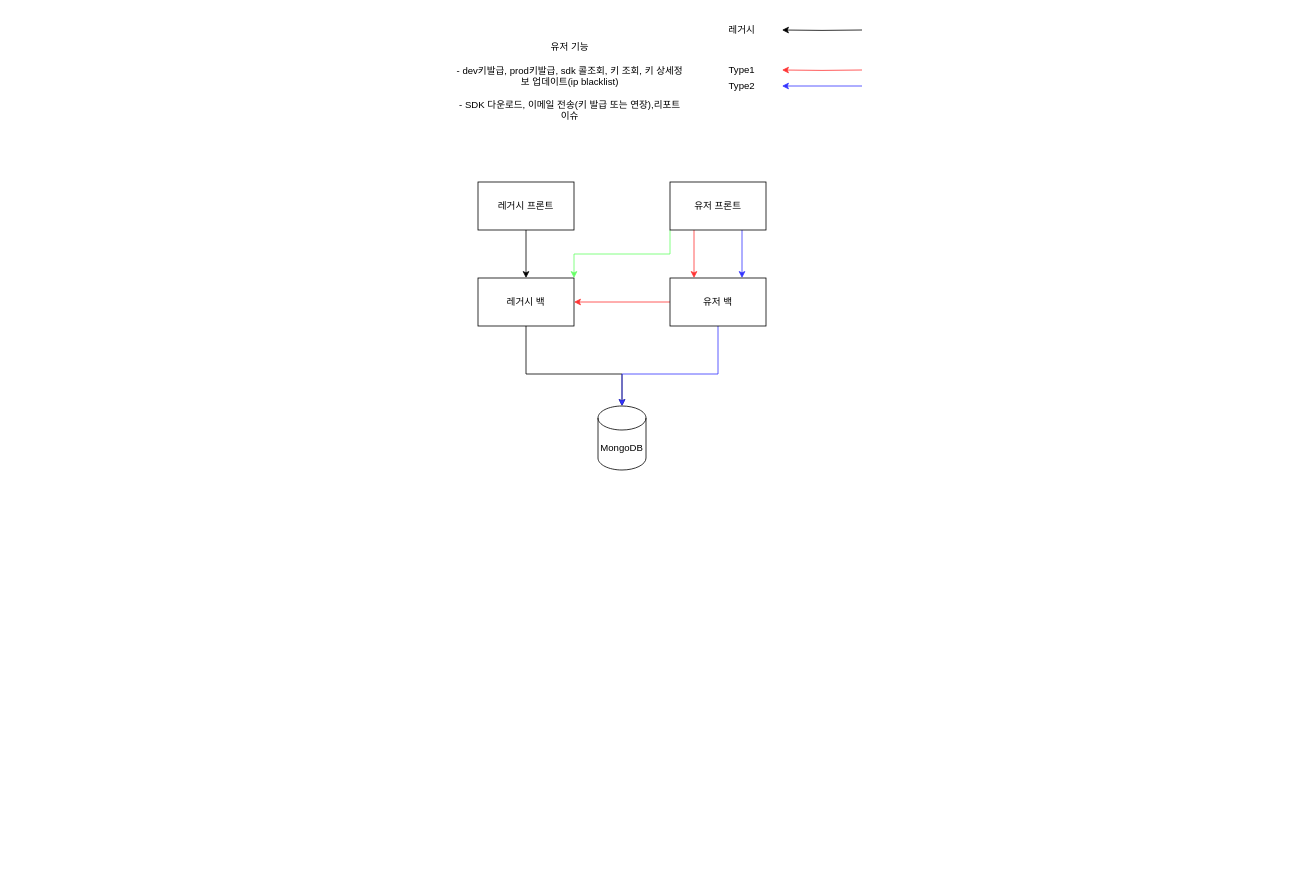
code-xhyun/draw.io keeps this draw.io diagram as Untitled Diagram.drawio. Above is the earlier version. Source tidied: cells renumbered, new cells numbered last; positions are measured from the earlier drawing's top-left corner, leaving out a move shared by most shapes. Both pictures are drawn from the tidied source at 80%, with x=0, y=0 at pixel (454, 14).
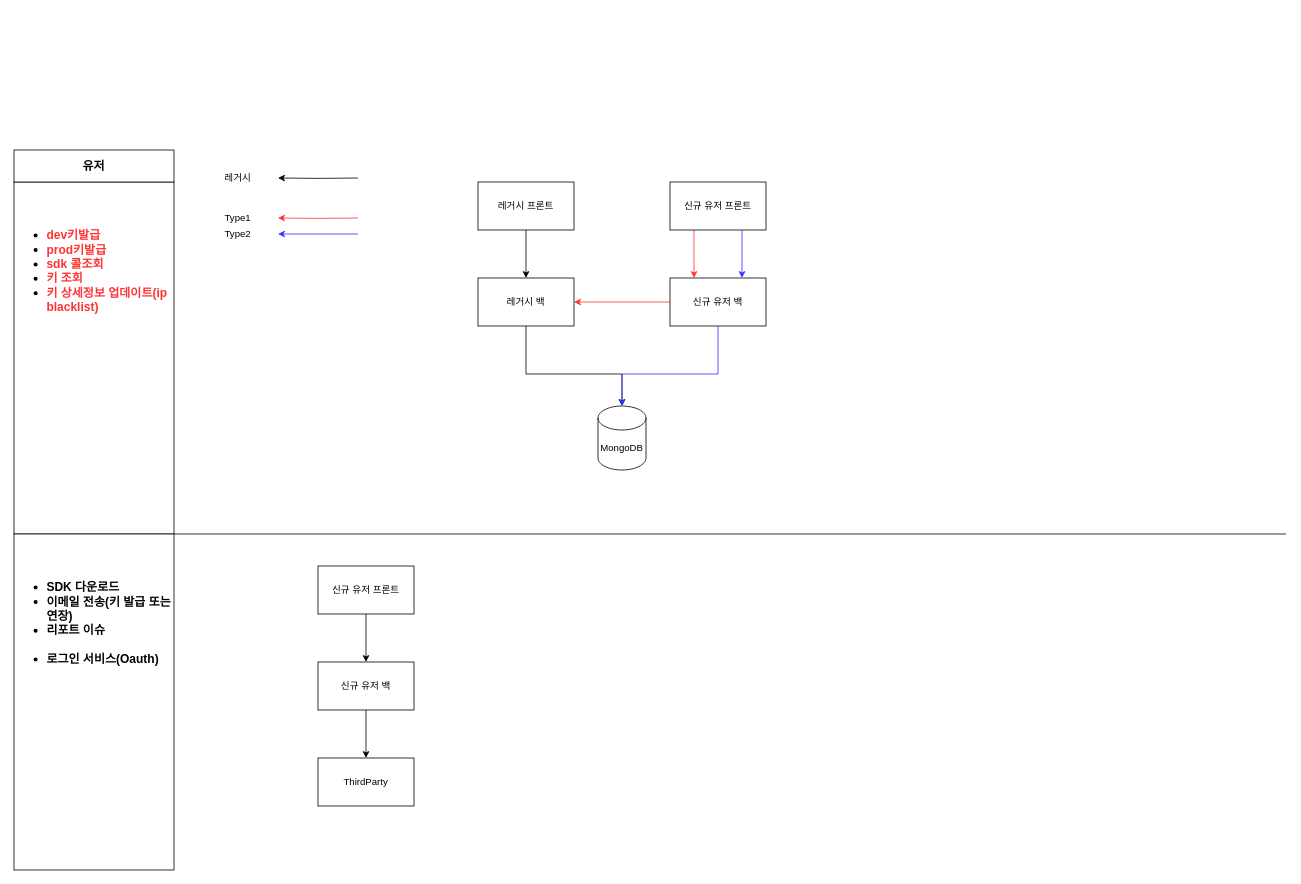
The same diagram, later.

Unchanged cells that the change refers to:
```xml
<mxCell id="3" value="레거시 백" style="rounded=0;whiteSpace=wrap;html=1;" parent="1" vertex="1">
  <mxGeometry x="30" y="330" width="120" height="60" as="geometry" />
</mxCell>
```

What changed in the source:
```diff
@@
-    <mxCell id="8" style="edgeStyle=orthogonalEdgeStyle;rounded=0;jettySize=auto;html=1;exitX=0;exitY=1;exitDx=0;exitDy=0;entryX=1;entryY=0;entryDx=0;entryDy=0;strokeColor=#66FF66;" parent="1" edge="1" source="9" target="3">
-      <mxGeometry relative="1" as="geometry" />
-    </mxCell>
-    <mxCell id="9" value="유저 프론트" style="rounded=0;whiteSpace=wrap;html=1;" parent="1" vertex="1">
+    <mxCell id="9" value="신규 유저 프론트" style="rounded=0;whiteSpace=wrap;html=1;" parent="1" vertex="1">
       <mxGeometry x="270" y="210" width="120" height="60" as="geometry" />
     </mxCell>
@@
-    <mxCell id="12" value="유저 백" style="rounded=0;whiteSpace=wrap;html=1;" parent="1" vertex="1">
+    <mxCell id="12" value="신규 유저 백" style="rounded=0;whiteSpace=wrap;html=1;" parent="1" vertex="1">
       <mxGeometry x="270" y="330" width="120" height="60" as="geometry" />
     </mxCell>
@@
-    <mxCell id="14" style="edgeStyle=orthogonalEdgeStyle;rounded=0;jettySize=auto;html=1;entryX=1;entryY=0.5;entryDx=0;entryDy=0;strokeColor=#FF3333;" parent="1" edge="1" target="15">
-      <mxGeometry relative="1" as="geometry">
-        <mxPoint x="510" y="70" as="sourcePoint" />
-      </mxGeometry>
-    </mxCell>
+    <mxCell id="20" value="&lt;font color=&quot;#ff3333&quot;&gt;&lt;br style=&quot;font-size: 15px&quot;&gt;&lt;br style=&quot;font-size: 15px&quot;&gt;&lt;/font&gt;&lt;ul style=&quot;font-size: 15px&quot;&gt;&lt;li style=&quot;text-align: left ; font-size: 15px&quot;&gt;&lt;span style=&quot;font-size: 15px&quot;&gt;&lt;font style=&quot;font-size: 15px&quot; color=&quot;#ff3333&quot;&gt;dev키발급&lt;/font&gt;&lt;/span&gt;&lt;/li&gt;&lt;li style=&quot;text-align: left ; font-size: 15px&quot;&gt;&lt;span style=&quot;font-size: 15px&quot;&gt;&lt;font style=&quot;font-size: 15px&quot; color=&quot;#ff3333&quot;&gt;prod키발급&lt;/font&gt;&lt;/span&gt;&lt;/li&gt;&lt;li style=&quot;text-align: left ; font-size: 15px&quot;&gt;&lt;span style=&quot;font-size: 15px&quot;&gt;&lt;font color=&quot;#ff3333&quot; style=&quot;font-size: 15px&quot;&gt;sdk 콜조회&lt;/font&gt;&lt;/span&gt;&lt;/li&gt;&lt;li style=&quot;text-align: left ; font-size: 15px&quot;&gt;&lt;span style=&quot;font-size: 15px&quot;&gt;&lt;font style=&quot;font-size: 15px&quot; color=&quot;#ff3333&quot;&gt;키 조회&lt;/font&gt;&lt;/span&gt;&lt;/li&gt;&lt;li style=&quot;text-align: left ; font-size: 15px&quot;&gt;&lt;font color=&quot;#ff3333&quot;&gt;&lt;font style=&quot;font-size: 15px&quot;&gt;키 상세정보 업데이트(ip blacklist&lt;/font&gt;)&lt;/font&gt;&lt;/li&gt;&lt;/ul&gt;&lt;div style=&quot;text-align: left ; font-size: 15px&quot;&gt;&lt;br style=&quot;font-size: 15px&quot;&gt;&lt;/div&gt;" style="text;html=1;align=center;verticalAlign=top;whiteSpace=wrap;rounded=0;strokeColor=#000000;fillColor=#ffffff;fontStyle=1;fontSize=15;" parent="1" vertex="1">
+      <mxGeometry x="-550" y="210" width="200" height="440" as="geometry" />
+    </mxCell>
+    <mxCell id="21" value="&lt;div style=&quot;text-align: left ; font-size: 15px&quot;&gt;&lt;br class=&quot;Apple-interchange-newline&quot; style=&quot;font-size: 15px&quot;&gt;&lt;br style=&quot;font-size: 15px&quot;&gt;&lt;/div&gt;&lt;div style=&quot;text-align: left ; font-size: 15px&quot;&gt;&lt;ul style=&quot;font-size: 15px&quot;&gt;&lt;li style=&quot;font-size: 15px&quot;&gt;SDK 다운로드&lt;/li&gt;&lt;li style=&quot;font-size: 15px&quot;&gt;이메일 전송(키 발급 또는 연장)&lt;/li&gt;&lt;li style=&quot;font-size: 15px&quot;&gt;리포트 이슈&lt;br&gt;&lt;br&gt;&lt;/li&gt;&lt;li style=&quot;font-size: 15px&quot;&gt;로그인 서비스(Oauth)&lt;/li&gt;&lt;/ul&gt;&lt;/div&gt;" style="text;html=1;align=center;verticalAlign=top;whiteSpace=wrap;rounded=0;strokeColor=#000000;fillColor=#ffffff;fontStyle=1;fontSize=15;" parent="1" vertex="1">
+      <mxGeometry x="-550" y="650" width="200" height="420" as="geometry" />
+    </mxCell>
+    <mxCell id="22" value="유저" style="text;html=1;align=center;verticalAlign=middle;whiteSpace=wrap;rounded=0;strokeColor=#000000;fillColor=#ffffff;fontStyle=1;fontSize=15;" parent="1" vertex="1">
+      <mxGeometry x="-550" y="170" width="200" height="40" as="geometry" />
+    </mxCell>
+    <mxCell id="23" style="group;" parent="1" vertex="1">
+      <mxGeometry x="-320" y="195" width="200" height="90" as="geometry" />
+    </mxCell>
+    <mxCell id="24" style="edgeStyle=orthogonalEdgeStyle;rounded=0;jettySize=auto;html=1;entryX=1;entryY=0.5;entryDx=0;entryDy=0;strokeColor=#FF3333;" parent="23" edge="1" target="15">
+      <mxGeometry y="-20" as="geometry">
+        <mxPoint x="200" y="60" as="sourcePoint" />
+      </mxGeometry>
+    </mxCell>
-    <mxCell id="15" value="Type1" style="text;html=1;strokeColor=none;fillColor=none;align=center;verticalAlign=middle;whiteSpace=wrap;rounded=0;" parent="1" vertex="1">
-      <mxGeometry x="310" y="60" width="100" height="20" as="geometry" />
+    <mxCell id="15" value="Type1" style="text;html=1;strokeColor=none;fillColor=none;align=center;verticalAlign=middle;whiteSpace=wrap;rounded=0;" parent="23" vertex="1">
+      <mxGeometry y="50" width="100" height="20" as="geometry" />
     </mxCell>
-    <mxCell id="16" style="edgeStyle=orthogonalEdgeStyle;rounded=0;orthogonalLoop=1;jettySize=auto;html=1;entryX=1;entryY=0.5;entryDx=0;entryDy=0;strokeColor=#3333FF;" parent="1" edge="1">
-      <mxGeometry relative="1" as="geometry">
-        <mxPoint x="510" y="90" as="sourcePoint" />
-        <mxPoint x="410" y="90" as="targetPoint" />
-      </mxGeometry>
-    </mxCell>
+    <mxCell id="25" style="edgeStyle=orthogonalEdgeStyle;rounded=0;orthogonalLoop=1;jettySize=auto;html=1;entryX=1;entryY=0.5;entryDx=0;entryDy=0;strokeColor=#3333FF;" parent="23" edge="1">
+      <mxGeometry y="-20" as="geometry">
+        <mxPoint x="200" y="80" as="sourcePoint" />
+        <mxPoint x="100" y="80" as="targetPoint" />
+      </mxGeometry>
+    </mxCell>
-    <mxCell id="17" value="Type2" style="text;html=1;strokeColor=none;fillColor=none;align=center;verticalAlign=middle;whiteSpace=wrap;rounded=0;" parent="1" vertex="1">
-      <mxGeometry x="310" y="80" width="100" height="20" as="geometry" />
+    <mxCell id="17" value="Type2" style="text;html=1;strokeColor=none;fillColor=none;align=center;verticalAlign=middle;whiteSpace=wrap;rounded=0;" parent="23" vertex="1">
+      <mxGeometry y="70" width="100" height="20" as="geometry" />
     </mxCell>
-    <mxCell id="18" style="edgeStyle=orthogonalEdgeStyle;rounded=0;jettySize=auto;html=1;entryX=1;entryY=0.5;entryDx=0;entryDy=0;" parent="1" edge="1" target="19">
-      <mxGeometry relative="1" as="geometry">
-        <mxPoint x="510" y="20" as="sourcePoint" />
-      </mxGeometry>
-    </mxCell>
+    <mxCell id="26" style="edgeStyle=orthogonalEdgeStyle;rounded=0;jettySize=auto;html=1;entryX=1;entryY=0.5;entryDx=0;entryDy=0;" parent="23" edge="1" target="19">
+      <mxGeometry y="-20" as="geometry">
+        <mxPoint x="200" y="10" as="sourcePoint" />
+      </mxGeometry>
+    </mxCell>
-    <mxCell id="19" value="레거시" style="text;html=1;strokeColor=none;fillColor=none;align=center;verticalAlign=middle;whiteSpace=wrap;rounded=0;" parent="1" vertex="1">
-      <mxGeometry x="310" y="10" width="100" height="20" as="geometry" />
+    <mxCell id="19" value="레거시" style="text;html=1;strokeColor=none;fillColor=none;align=center;verticalAlign=middle;whiteSpace=wrap;rounded=0;" parent="23" vertex="1">
+      <mxGeometry width="100" height="20" as="geometry" />
     </mxCell>
-    <mxCell id="20" value="유저 기능&lt;br&gt;&lt;br&gt;- dev키발급, prod키발급, sdk 콜조회, 키 조회, 키 상세정보 업데이트(ip blacklist)&lt;br&gt;&lt;br&gt;- SDK 다운로드, 이메일 전송(키 발급 또는 연장),리포트 이슈" style="text;html=1;strokeColor=none;fillColor=none;align=center;verticalAlign=middle;whiteSpace=wrap;rounded=0;" parent="1" vertex="1">
-      <mxGeometry width="290" height="170" as="geometry" />
-    </mxCell>
+    <mxCell id="27" style="endArrow=none;html=1;fontSize=15;strokeColor=#000000;exitX=1;exitY=1;exitDx=0;exitDy=0;" parent="1" edge="1" source="20">
+      <mxGeometry relative="1" as="geometry">
+        <mxPoint x="1040" y="650" as="targetPoint" />
+      </mxGeometry>
+    </mxCell>
+    <mxCell id="28" style="edgeStyle=orthogonalEdgeStyle;rounded=0;jettySize=auto;html=1;entryX=0.5;entryY=0;entryDx=0;entryDy=0;fontSize=15;strokeColor=#000000;" parent="1" edge="1" source="29" target="31">
+      <mxGeometry relative="1" as="geometry" />
+    </mxCell>
+    <mxCell id="29" value="신규 유저 프론트" style="rounded=0;whiteSpace=wrap;html=1;" parent="1" vertex="1">
+      <mxGeometry x="-170" y="690" width="120" height="60" as="geometry" />
+    </mxCell>
+    <mxCell id="30" style="edgeStyle=orthogonalEdgeStyle;rounded=0;jettySize=auto;html=1;fontSize=15;strokeColor=#000000;" parent="1" edge="1" source="31" target="32">
+      <mxGeometry relative="1" as="geometry" />
+    </mxCell>
+    <mxCell id="31" value="신규 유저 백" style="rounded=0;whiteSpace=wrap;html=1;" parent="1" vertex="1">
+      <mxGeometry x="-170" y="810" width="120" height="60" as="geometry" />
+    </mxCell>
+    <mxCell id="32" value="ThirdParty" style="rounded=0;whiteSpace=wrap;html=1;" parent="1" vertex="1">
+      <mxGeometry x="-170" y="930" width="120" height="60" as="geometry" />
+    </mxCell>
```
